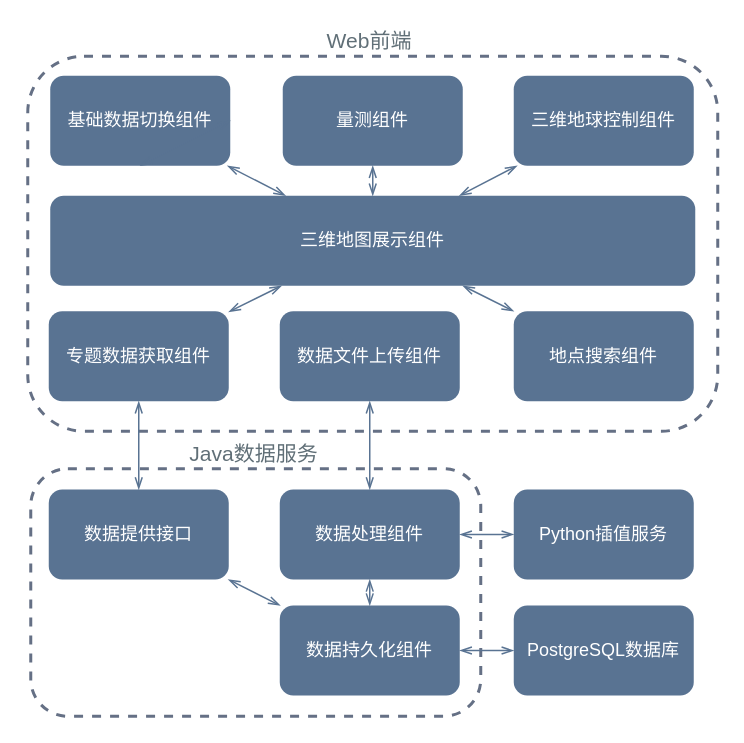
Above: architecture.drawio in xiangsanliu/drawio (draw.io), before the change. Source tidied: cells renumbered, new cells numbered last; positions are measured from the earlier drawing's top-left corner, leaving out a move shared by most shapes. Both pictures are drawn from the tidied source at 150%, with x=0, y=0 at pixel (27, 26).
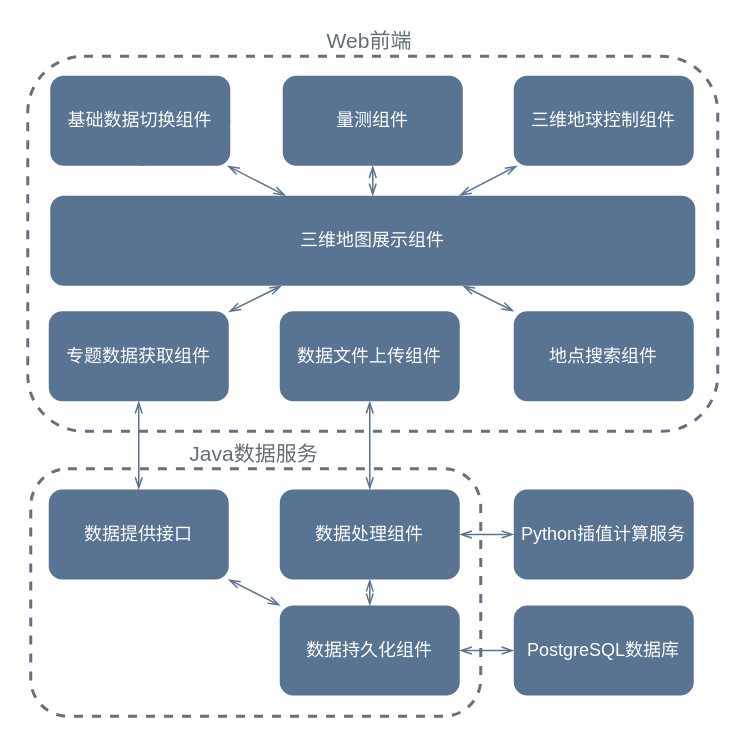
The same page after the edit.

What changed in the source:
```diff
@@
-    <mxCell id="28" value="&lt;font color=&quot;#ffffff&quot;&gt;&lt;span&gt;Python插值服务&lt;/span&gt;&lt;/font&gt;" style="rounded=1;whiteSpace=wrap;html=1;dashed=1;fillColor=#597392;strokeColor=none;" parent="1" vertex="1">
+    <mxCell id="28" value="&lt;font color=&quot;#ffffff&quot;&gt;&lt;span&gt;Python插值计算服务&lt;/span&gt;&lt;/font&gt;" style="rounded=1;whiteSpace=wrap;html=1;dashed=1;fillColor=#597392;strokeColor=none;" parent="1" vertex="1">
       <mxGeometry x="324" y="308.8" width="120" height="60" as="geometry" />
     </mxCell>
```
